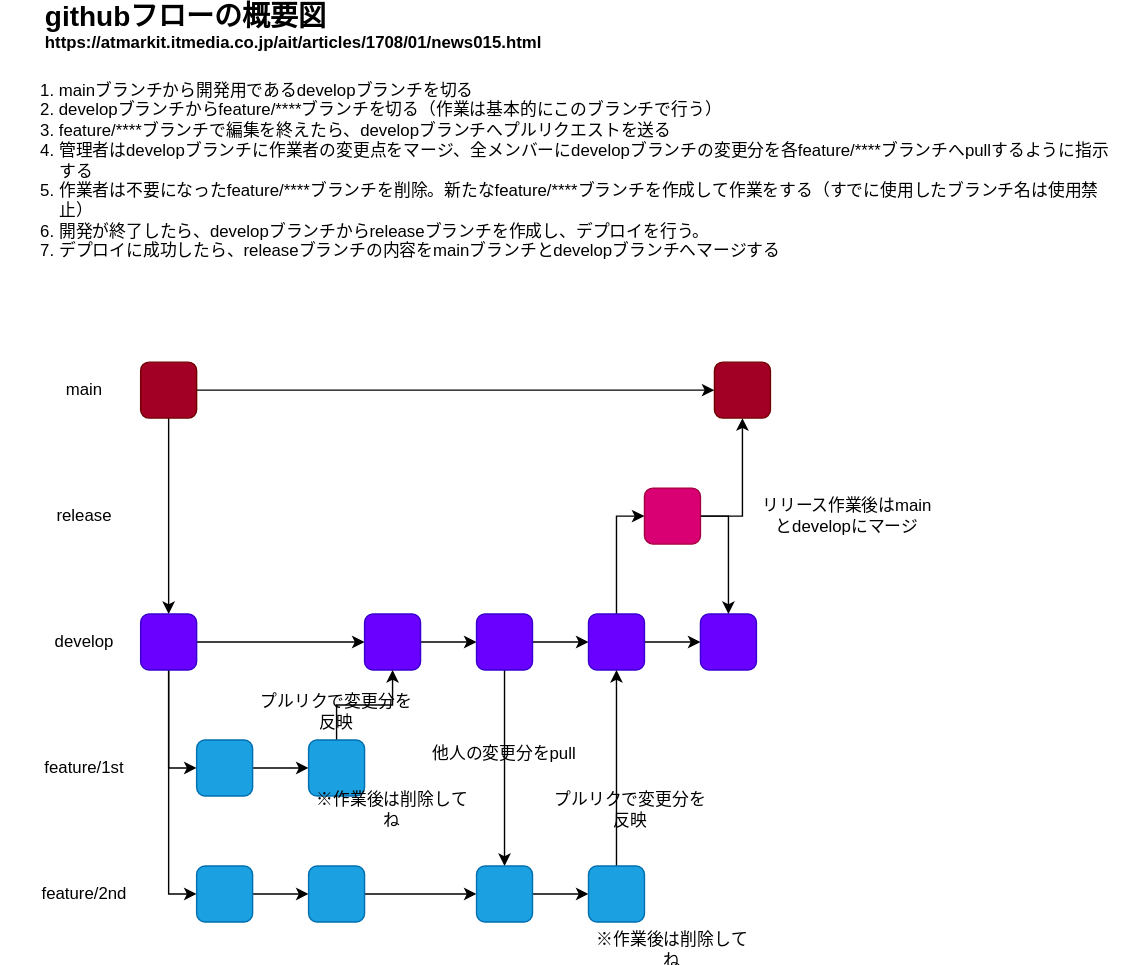
This is github_flow_image.drawio.svg from yosnak13/rubyemon_entity_relationship_diagram, a draw.io export, as it was before one commit. Source tidied: cells renumbered, new cells last; positions are measured from the earlier drawing's top-left corner, leaving out a move shared by most shapes.
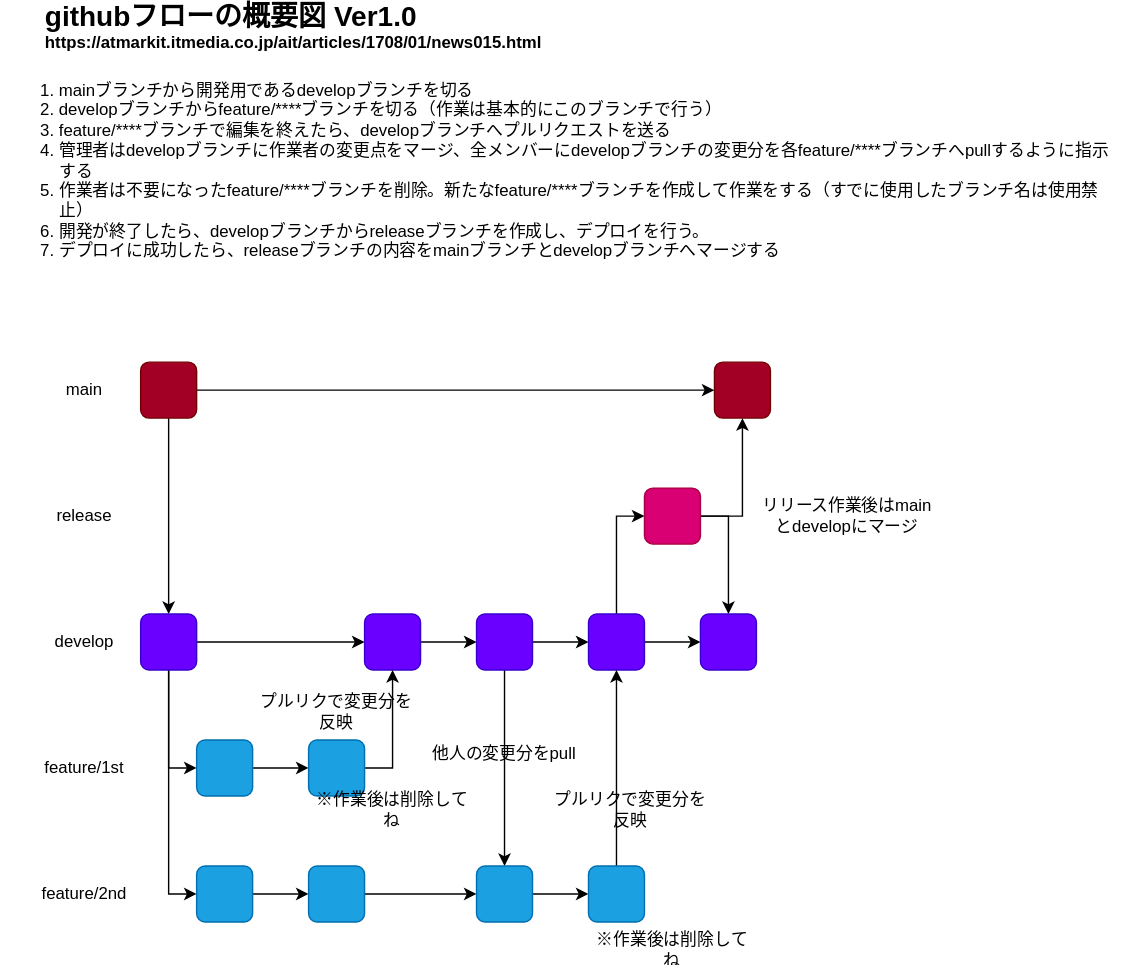
Above is the later version.

Commit message:
github flow Ver1.0

Change to the diagram source:
```diff
@@ -2,8 +2,8 @@
   <root>
     <mxCell id="0" />
     <mxCell id="1" parent="0" />
-    <mxCell id="2" value="&lt;font style=&quot;font-size: 20px&quot;&gt;githubフローの概要図&lt;/font&gt;&lt;br&gt;https://atmarkit.itmedia.co.jp/ait/articles/1708/01/news015.html" style="text;html=1;strokeColor=none;fillColor=none;align=left;verticalAlign=middle;whiteSpace=wrap;rounded=0;fontStyle=1;" parent="1" vertex="1">
-      <mxGeometry x="30" width="200" height="20" as="geometry" />
+    <mxCell id="2" value="&lt;font style=&quot;font-size: 20px&quot;&gt;githubフローの概要図 Ver1.0&lt;/font&gt;&lt;br&gt;https://atmarkit.itmedia.co.jp/ait/articles/1708/01/news015.html" style="text;html=1;strokeColor=none;fillColor=none;align=left;verticalAlign=middle;whiteSpace=wrap;rounded=0;fontStyle=1;" parent="1" vertex="1">
+      <mxGeometry x="30" width="410" height="20" as="geometry" />
     </mxCell>
     <mxCell id="3" style="edgeStyle=orthogonalEdgeStyle;rounded=0;jettySize=auto;html=1;" parent="1" edge="1" source="5" target="13">
       <mxGeometry relative="1" as="geometry" />
@@ -57,7 +57,11 @@
       <mxGeometry x="260" y="430" width="40" height="40" as="geometry" />
     </mxCell>
     <mxCell id="20" style="edgeStyle=orthogonalEdgeStyle;rounded=0;jettySize=auto;html=1;entryX=0.5;entryY=1;entryDx=0;entryDy=0;" parent="1" edge="1" source="21" target="19">
-      <mxGeometry relative="1" as="geometry" />
+      <mxGeometry relative="1" as="geometry">
+        <Array as="points">
+          <mxPoint x="280" y="540" />
+        </Array>
+      </mxGeometry>
     </mxCell>
     <mxCell id="21" style="rounded=1;whiteSpace=wrap;html=1;align=left;fillColor=#1ba1e2;strokeColor=#006EAF;fontColor=#ffffff;" parent="1" vertex="1">
       <mxGeometry x="220" y="520" width="40" height="40" as="geometry" />
```
